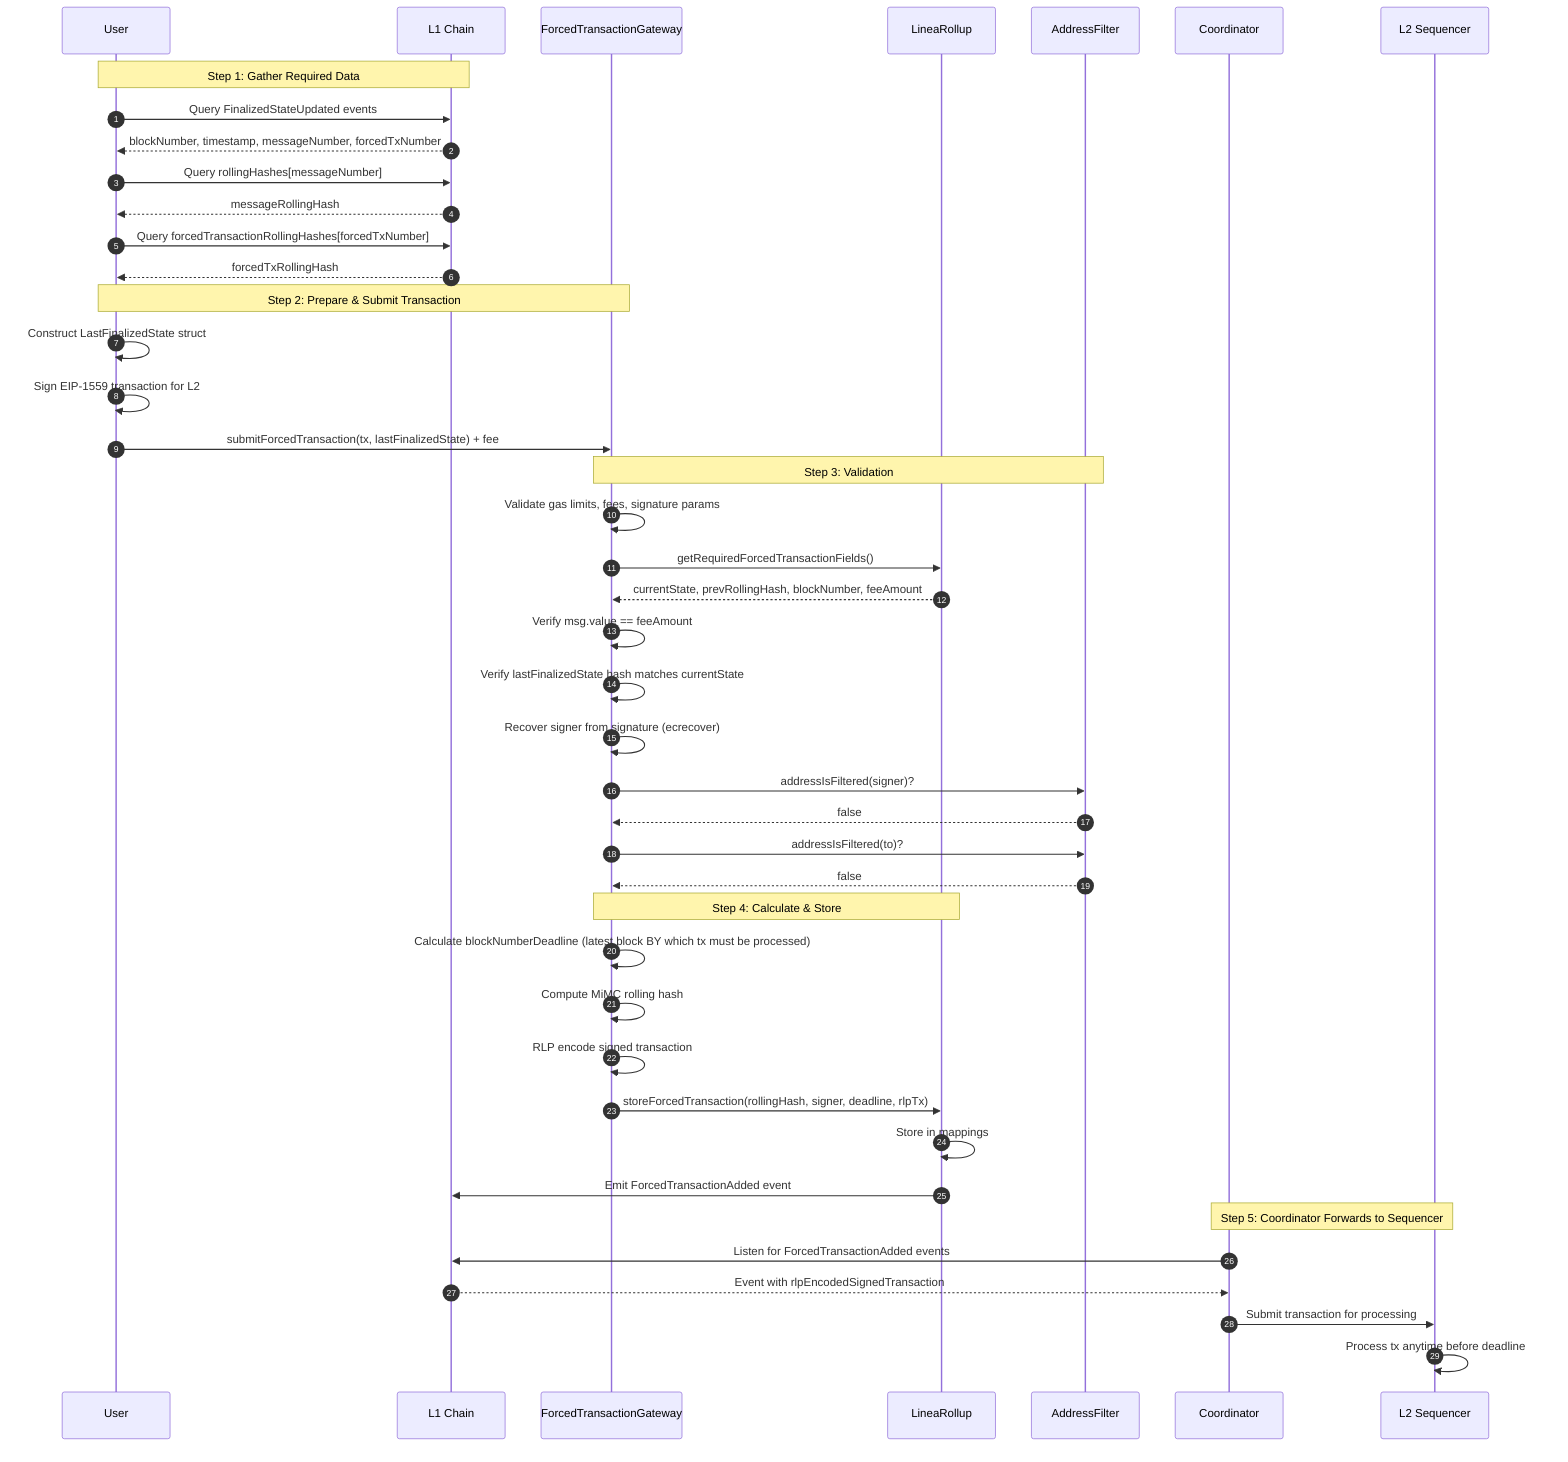
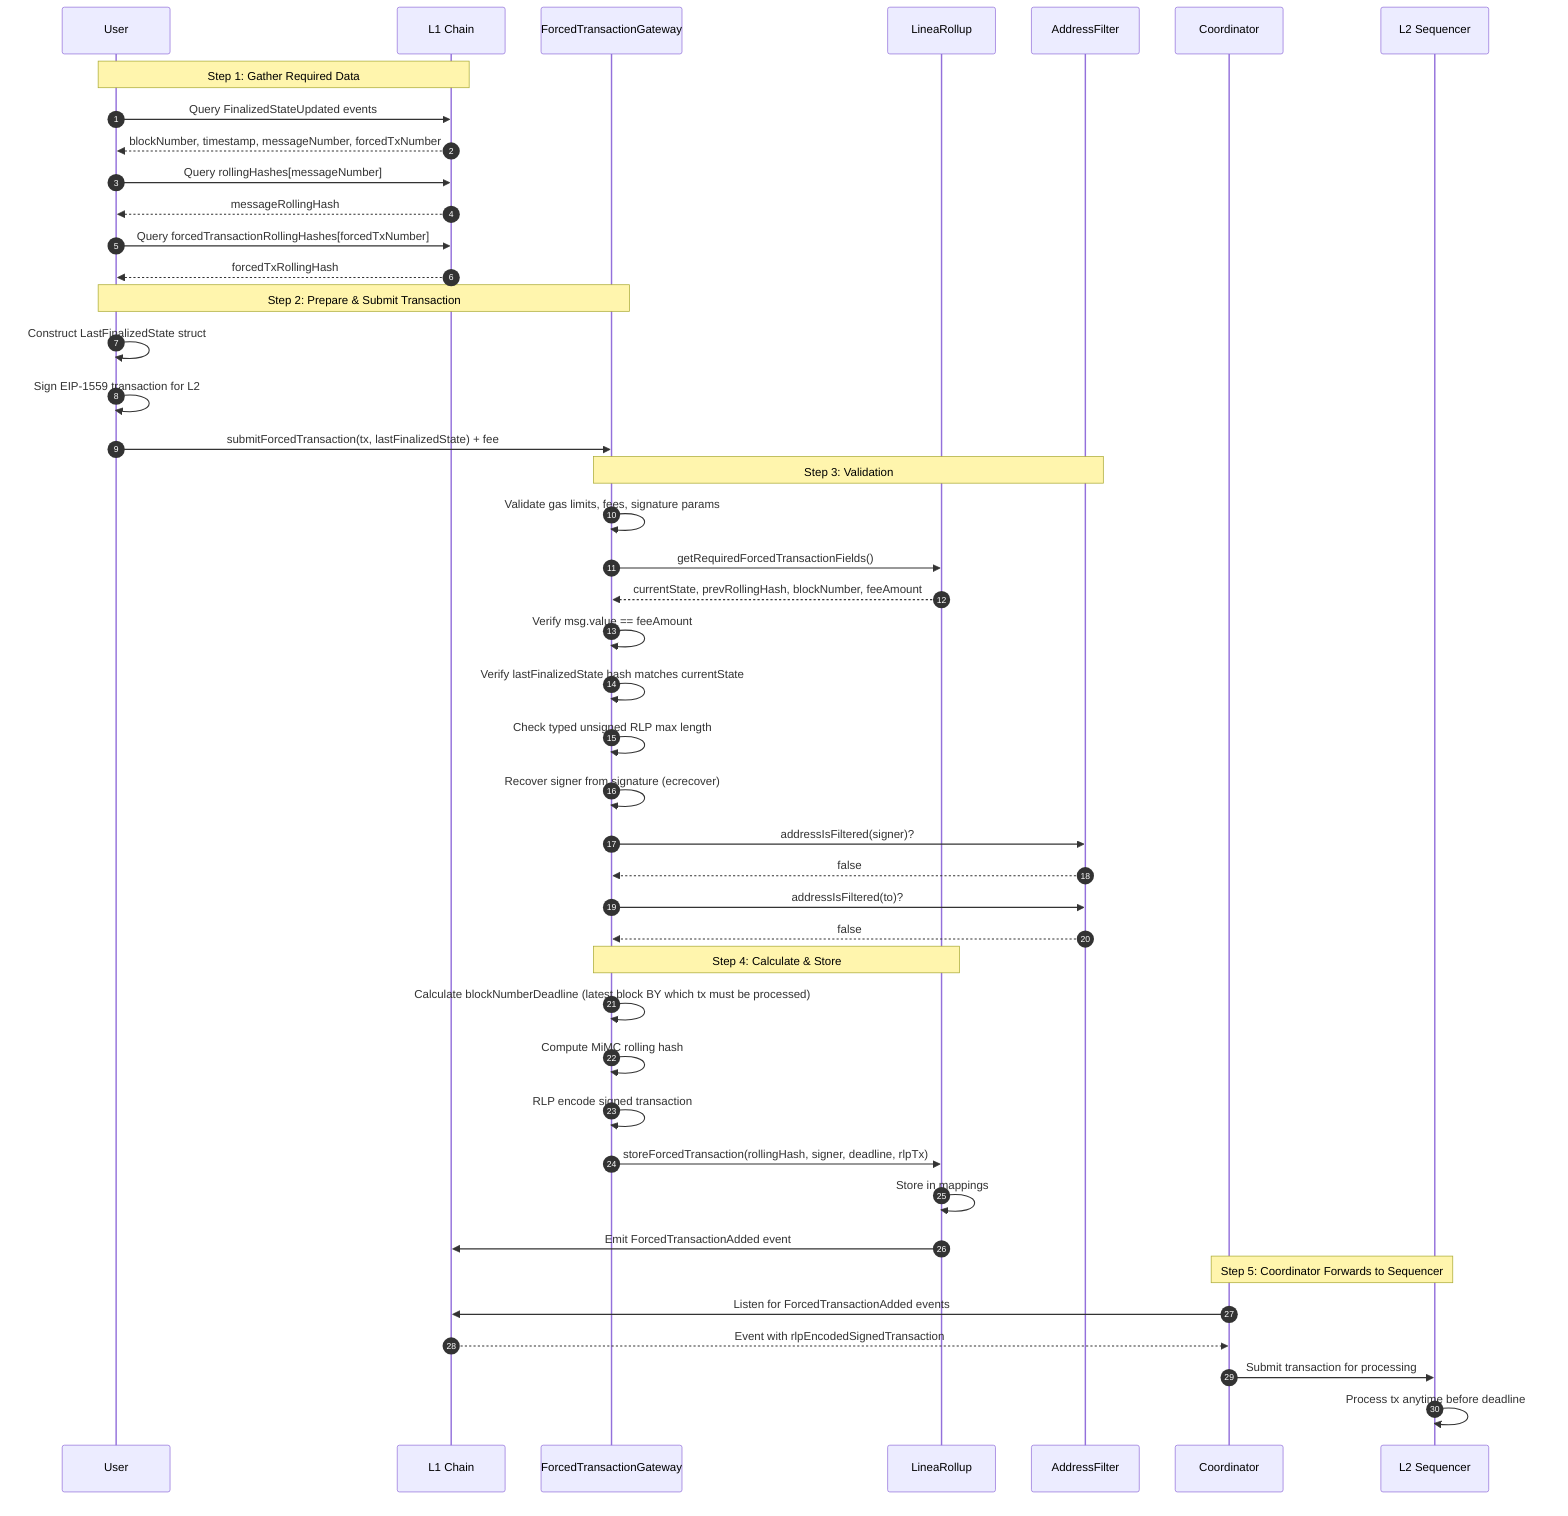
%% Forced Transaction Submission Flow
%% Renders with: https://mermaid.live or any Mermaid-compatible viewer

sequenceDiagram
    autonumber
    participant User as User
    participant L1 as L1 Chain
    participant Gateway as ForcedTransactionGateway
    participant Rollup as LineaRollup
    participant Filter as AddressFilter
    participant Coordinator as Coordinator
    participant Sequencer as L2 Sequencer

    Note over User,L1: Step 1: Gather Required Data
    User->>L1: Query FinalizedStateUpdated events
    L1-->>User: blockNumber, timestamp, messageNumber, forcedTxNumber
    User->>L1: Query rollingHashes[messageNumber]
    L1-->>User: messageRollingHash
    User->>L1: Query forcedTransactionRollingHashes[forcedTxNumber]
    L1-->>User: forcedTxRollingHash

    Note over User,Gateway: Step 2: Prepare & Submit Transaction
    User->>User: Construct LastFinalizedState struct
    User->>User: Sign EIP-1559 transaction for L2
    User->>Gateway: submitForcedTransaction(tx, lastFinalizedState) + fee

    Note over Gateway,Filter: Step 3: Validation
    Gateway->>Gateway: Validate gas limits, fees, signature params
    Gateway->>Rollup: getRequiredForcedTransactionFields()
    Rollup-->>Gateway: currentState, prevRollingHash, blockNumber, feeAmount
    Gateway->>Gateway: Verify msg.value == feeAmount
    Gateway->>Gateway: Verify lastFinalizedState hash matches currentState
+     Gateway->>Gateway: Check typed unsigned RLP max length
    Gateway->>Gateway: Recover signer from signature (ecrecover)
    Gateway->>Filter: addressIsFiltered(signer)?
    Filter-->>Gateway: false
    Gateway->>Filter: addressIsFiltered(to)?
    Filter-->>Gateway: false

    Note over Gateway,Rollup: Step 4: Calculate & Store
    Gateway->>Gateway: Calculate blockNumberDeadline (latest block BY which tx must be processed)
    Gateway->>Gateway: Compute MiMC rolling hash
    Gateway->>Gateway: RLP encode signed transaction
    Gateway->>Rollup: storeForcedTransaction(rollingHash, signer, deadline, rlpTx)
    Rollup->>Rollup: Store in mappings
    Rollup->>L1: Emit ForcedTransactionAdded event

    Note over Coordinator,Sequencer: Step 5: Coordinator Forwards to Sequencer
    Coordinator->>L1: Listen for ForcedTransactionAdded events
    L1-->>Coordinator: Event with rlpEncodedSignedTransaction
    Coordinator->>Sequencer: Submit transaction for processing
    Sequencer->>Sequencer: Process tx anytime before deadline
